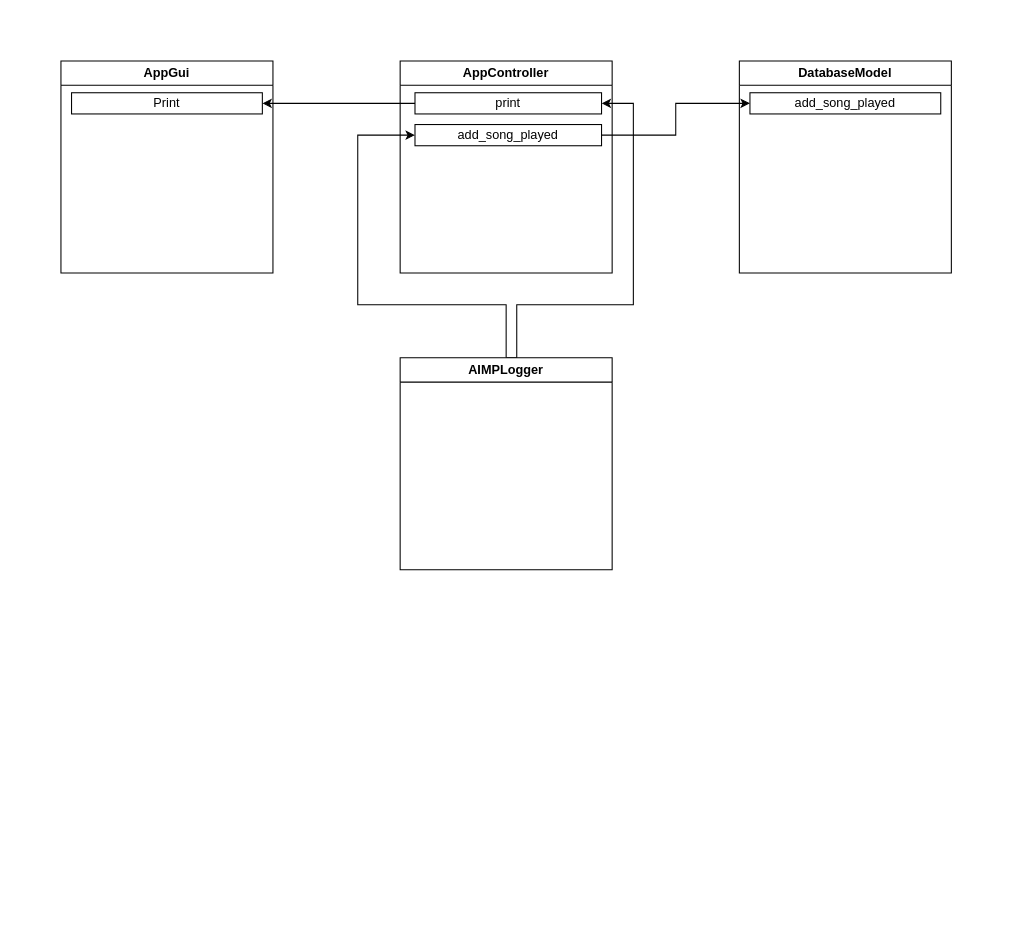
Before: docs/design.drawio in UlisesZag/AnyWrapped, a draw.io diagram. Source tidied: cells renumbered, new cells numbered last; positions are measured from the earlier drawing's top-left corner, leaving out a move shared by most shapes. Both pictures are drawn from the tidied source at 106%, with x=0, y=0 at pixel (60, 60).
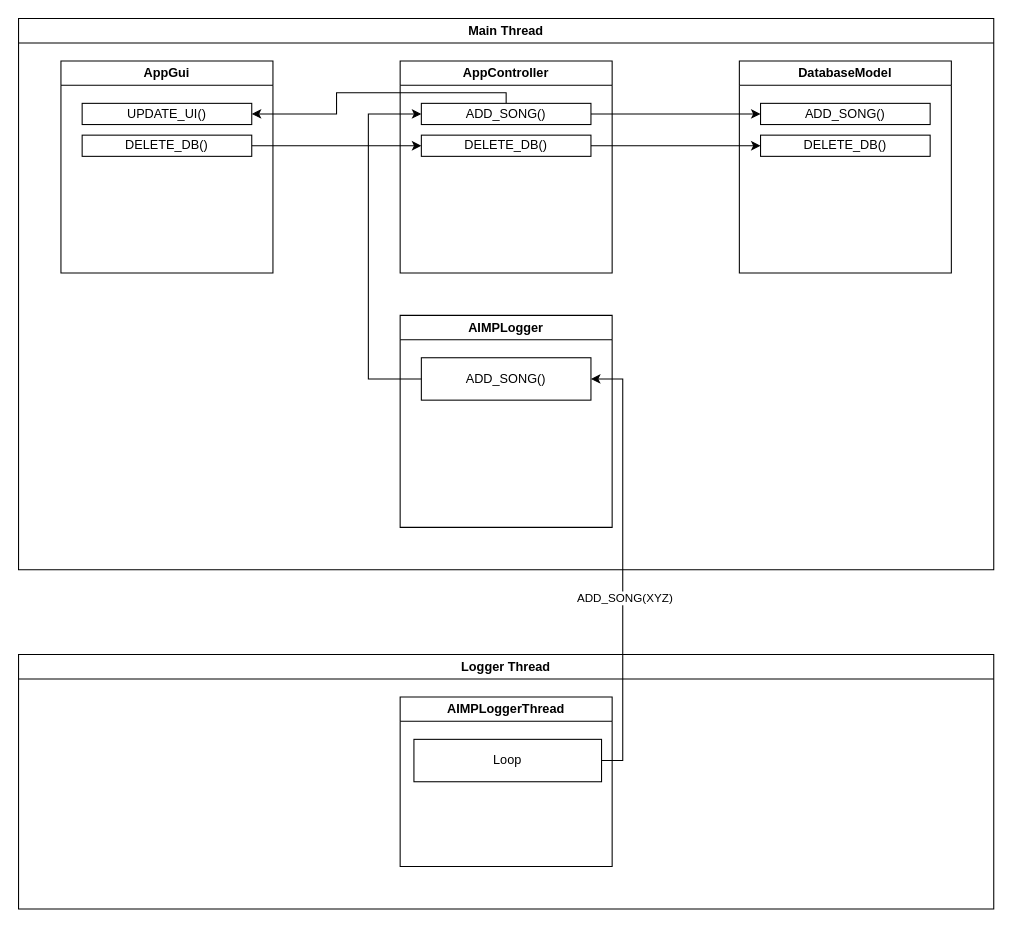
The same diagram, later.

Unchanged cells that the change refers to:
```xml
<mxCell id="2" value="AppController" style="swimlane;whiteSpace=wrap;html=1;" parent="1" vertex="1">
  <mxGeometry x="320" width="200" height="200" as="geometry" />
</mxCell>
<mxCell id="5" value="AppGui" style="swimlane;whiteSpace=wrap;html=1;" parent="1" vertex="1">
  <mxGeometry width="200" height="200" as="geometry" />
</mxCell>
<mxCell id="7" value="DatabaseModel" style="swimlane;whiteSpace=wrap;html=1;" parent="1" vertex="1">
  <mxGeometry x="640" width="200" height="200" as="geometry" />
</mxCell>
```

The edit, as a diff of the source:
```diff
@@
-    <mxCell id="3" value="print" style="rounded=0;whiteSpace=wrap;html=1;" parent="2" vertex="1">
-      <mxGeometry x="14" y="30" width="176" height="20" as="geometry" />
-    </mxCell>
-    <mxCell id="4" value="add_song_played" style="rounded=0;whiteSpace=wrap;html=1;" parent="2" vertex="1">
-      <mxGeometry x="14" y="60" width="176" height="20" as="geometry" />
-    </mxCell>
@@
-    <mxCell id="6" value="Print" style="rounded=0;whiteSpace=wrap;html=1;" parent="5" vertex="1">
-      <mxGeometry x="10" y="30" width="180" height="20" as="geometry" />
-    </mxCell>
@@
-    <mxCell id="8" value="add_song_played" style="rounded=0;whiteSpace=wrap;html=1;" parent="7" vertex="1">
-      <mxGeometry x="10" y="30" width="180" height="20" as="geometry" />
-    </mxCell>
-    <mxCell id="9" style="edgeStyle=orthogonalEdgeStyle;rounded=0;jettySize=auto;html=1;exitX=0.5;exitY=0;exitDx=0;exitDy=0;entryX=0;entryY=0.5;entryDx=0;entryDy=0;" parent="1" edge="1" source="11" target="4">
-      <mxGeometry relative="1" as="geometry">
-        <Array as="points">
-          <mxPoint x="420" y="230" />
-          <mxPoint x="280" y="230" />
-          <mxPoint x="280" y="70" />
-        </Array>
-      </mxGeometry>
-    </mxCell>
-    <mxCell id="10" style="edgeStyle=orthogonalEdgeStyle;rounded=0;jettySize=auto;html=1;exitX=0.5;exitY=0;exitDx=0;exitDy=0;entryX=1;entryY=0.5;entryDx=0;entryDy=0;" parent="1" edge="1" source="11" target="3">
-      <mxGeometry relative="1" as="geometry">
-        <Array as="points">
-          <mxPoint x="430" y="280" />
-          <mxPoint x="430" y="230" />
-          <mxPoint x="540" y="230" />
-          <mxPoint x="540" y="40" />
-        </Array>
-      </mxGeometry>
-    </mxCell>
+    <mxCell id="14" value="Main Thread" style="swimlane;whiteSpace=wrap;html=1;" parent="1" vertex="1">
+      <mxGeometry x="-40" y="-40" width="920" height="520" as="geometry" />
+    </mxCell>
-    <mxCell id="11" value="AIMPLogger" style="swimlane;whiteSpace=wrap;html=1;" parent="1" vertex="1">
-      <mxGeometry x="320" y="280" width="200" height="200" as="geometry" />
+    <mxCell id="11" value="AIMPLogger" style="swimlane;whiteSpace=wrap;html=1;" parent="14" vertex="1">
+      <mxGeometry x="360" y="280" width="200" height="200" as="geometry" />
     </mxCell>
-    <mxCell id="12" style="edgeStyle=orthogonalEdgeStyle;rounded=0;jettySize=auto;html=1;entryX=0;entryY=0.5;entryDx=0;entryDy=0;" parent="1" edge="1" source="4" target="8">
-      <mxGeometry relative="1" as="geometry" />
-    </mxCell>
-    <mxCell id="13" style="edgeStyle=orthogonalEdgeStyle;rounded=0;jettySize=auto;html=1;exitX=0;exitY=0.5;exitDx=0;exitDy=0;" parent="1" edge="1" source="3" target="6">
-      <mxGeometry relative="1" as="geometry" />
-    </mxCell>
+    <mxCell id="15" value="ADD_SONG()" style="rounded=0;whiteSpace=wrap;html=1;" parent="11" vertex="1">
+      <mxGeometry x="20" y="40" width="160" height="40" as="geometry" />
+    </mxCell>
+    <mxCell id="16" style="edgeStyle=orthogonalEdgeStyle;rounded=0;jettySize=auto;html=1;exitX=1;exitY=0.5;exitDx=0;exitDy=0;entryX=0;entryY=0.5;entryDx=0;entryDy=0;" parent="14" edge="1" source="18" target="20">
+      <mxGeometry relative="1" as="geometry" />
+    </mxCell>
+    <mxCell id="17" style="edgeStyle=orthogonalEdgeStyle;rounded=0;jettySize=auto;html=1;exitX=0.5;exitY=0;exitDx=0;exitDy=0;entryX=1;entryY=0.5;entryDx=0;entryDy=0;" parent="14" edge="1" source="18" target="21">
+      <mxGeometry relative="1" as="geometry">
+        <Array as="points">
+          <mxPoint x="460" y="70" />
+          <mxPoint x="300" y="70" />
+          <mxPoint x="300" y="90" />
+        </Array>
+      </mxGeometry>
+    </mxCell>
+    <mxCell id="18" value="ADD_SONG()" style="rounded=0;whiteSpace=wrap;html=1;" parent="14" vertex="1">
+      <mxGeometry x="380" y="80" width="160" height="20" as="geometry" />
+    </mxCell>
+    <mxCell id="19" style="edgeStyle=orthogonalEdgeStyle;rounded=0;jettySize=auto;html=1;exitX=0;exitY=0.5;exitDx=0;exitDy=0;entryX=0;entryY=0.5;entryDx=0;entryDy=0;" parent="14" edge="1" source="15" target="18">
+      <mxGeometry relative="1" as="geometry">
+        <Array as="points">
+          <mxPoint x="330" y="340" />
+          <mxPoint x="330" y="90" />
+        </Array>
+      </mxGeometry>
+    </mxCell>
+    <mxCell id="20" value="ADD_SONG()" style="rounded=0;whiteSpace=wrap;html=1;" parent="14" vertex="1">
+      <mxGeometry x="700" y="80" width="160" height="20" as="geometry" />
+    </mxCell>
+    <mxCell id="21" value="UPDATE_UI()" style="rounded=0;whiteSpace=wrap;html=1;" parent="14" vertex="1">
+      <mxGeometry x="60" y="80" width="160" height="20" as="geometry" />
+    </mxCell>
+    <mxCell id="22" style="edgeStyle=orthogonalEdgeStyle;rounded=0;jettySize=auto;html=1;exitX=1;exitY=0.5;exitDx=0;exitDy=0;" parent="14" edge="1" source="23" target="25">
+      <mxGeometry relative="1" as="geometry" />
+    </mxCell>
+    <mxCell id="23" value="DELETE_DB()" style="rounded=0;whiteSpace=wrap;html=1;" parent="14" vertex="1">
+      <mxGeometry x="60" y="110" width="160" height="20" as="geometry" />
+    </mxCell>
+    <mxCell id="24" style="edgeStyle=orthogonalEdgeStyle;rounded=0;jettySize=auto;html=1;exitX=1;exitY=0.5;exitDx=0;exitDy=0;" parent="14" edge="1" source="25" target="26">
+      <mxGeometry relative="1" as="geometry" />
+    </mxCell>
+    <mxCell id="25" value="DELETE_DB()" style="rounded=0;whiteSpace=wrap;html=1;" parent="14" vertex="1">
+      <mxGeometry x="380" y="110" width="160" height="20" as="geometry" />
+    </mxCell>
+    <mxCell id="26" value="DELETE_DB()" style="rounded=0;whiteSpace=wrap;html=1;" parent="14" vertex="1">
+      <mxGeometry x="700" y="110" width="160" height="20" as="geometry" />
+    </mxCell>
+    <mxCell id="27" value="Logger Thread" style="swimlane;whiteSpace=wrap;html=1;" parent="1" vertex="1">
+      <mxGeometry x="-40" y="560" width="920" height="240" as="geometry" />
+    </mxCell>
+    <mxCell id="28" value="AIMPLoggerThread" style="swimlane;whiteSpace=wrap;html=1;" parent="27" vertex="1">
+      <mxGeometry x="360" y="40" width="200" height="160" as="geometry" />
+    </mxCell>
+    <mxCell id="29" value="Loop" style="rounded=0;whiteSpace=wrap;html=1;" parent="28" vertex="1">
+      <mxGeometry x="13" y="40" width="177" height="40" as="geometry" />
+    </mxCell>
+    <mxCell id="30" style="edgeStyle=orthogonalEdgeStyle;rounded=0;jettySize=auto;html=1;exitX=1;exitY=0.5;exitDx=0;exitDy=0;entryX=1;entryY=0.5;entryDx=0;entryDy=0;" parent="1" edge="1" source="29" target="15">
+      <mxGeometry relative="1" as="geometry" />
+    </mxCell>
+    <mxCell id="31" value="ADD_SONG(XYZ)" style="edgeLabel;html=1;align=center;verticalAlign=middle;" parent="30" vertex="1">
+      <mxGeometry x="-0.15" y="-1" relative="1" as="geometry" />
+    </mxCell>
```
